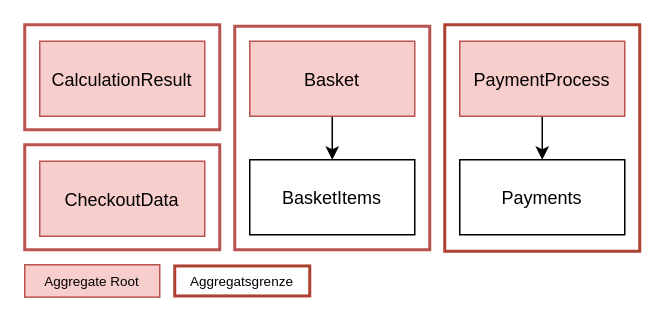
The draw.io diagram svg/VarD.drawio in Thalmaier/bachelor-thesis, before the edit. Source tidied: cells renumbered, new cells numbered last; positions are measured from the earlier drawing's top-left corner, leaving out a move shared by most shapes. Both pictures are drawn from the tidied source at 150%, with x=0, y=0 at pixel (24, 24).
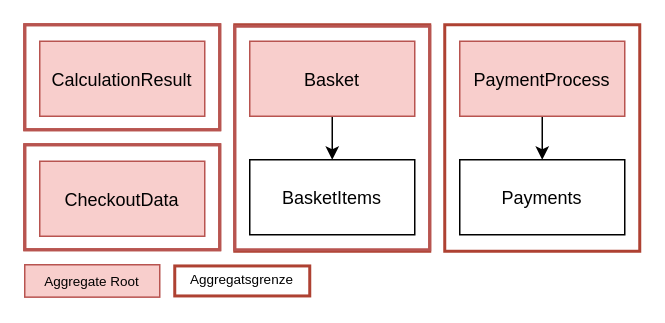
The same page after the edit.

Change to the diagram source:
```diff
@@
+    <mxCell id="18" style="rounded=0;whiteSpace=wrap;html=1;fillColor=default;strokeColor=#ae4132;strokeWidth=2;" parent="1" vertex="1">
+      <mxGeometry width="130" height="70" as="geometry" />
+    </mxCell>
+    <mxCell id="19" style="rounded=0;whiteSpace=wrap;html=1;fillColor=default;strokeColor=#ae4132;strokeWidth=2;" parent="1" vertex="1">
+      <mxGeometry y="80" width="130" height="70" as="geometry" />
+    </mxCell>
+    <mxCell id="20" style="rounded=0;whiteSpace=wrap;html=1;fillColor=default;strokeColor=#ae4132;strokeWidth=2;" parent="1" vertex="1">
+      <mxGeometry x="140" width="130" height="151" as="geometry" />
+    </mxCell>
+    <mxCell id="13" value="Aggregatsgrenze" style="text;strokeColor=none;fillColor=default;align=center;verticalAlign=middle;rounded=0;fontColor=#000000;fontSize=9;fontStyle=0;" parent="1" vertex="1">
+      <mxGeometry x="100" y="160" width="90" height="20" as="geometry" />
+    </mxCell>
-    <mxCell id="2" style="rounded=0;whiteSpace=wrap;html=1;fillColor=none;strokeColor=#ae4132;strokeWidth=2;" parent="1" vertex="1">
+    <mxCell id="2" style="rounded=0;whiteSpace=wrap;html=1;fillColor=default;strokeColor=#ae4132;strokeWidth=2;" parent="1" vertex="1">
       <mxGeometry x="280" width="130" height="151" as="geometry" />
     </mxCell>
@@
-    <mxCell id="13" value="Aggregatsgrenze" style="text;strokeColor=none;fillColor=none;align=center;verticalAlign=middle;rounded=0;fontColor=#000000;fontSize=9;fontStyle=0;" parent="1" vertex="1">
-      <mxGeometry x="100" y="163.6" width="90" height="14.5" as="geometry" />
-    </mxCell>
```
